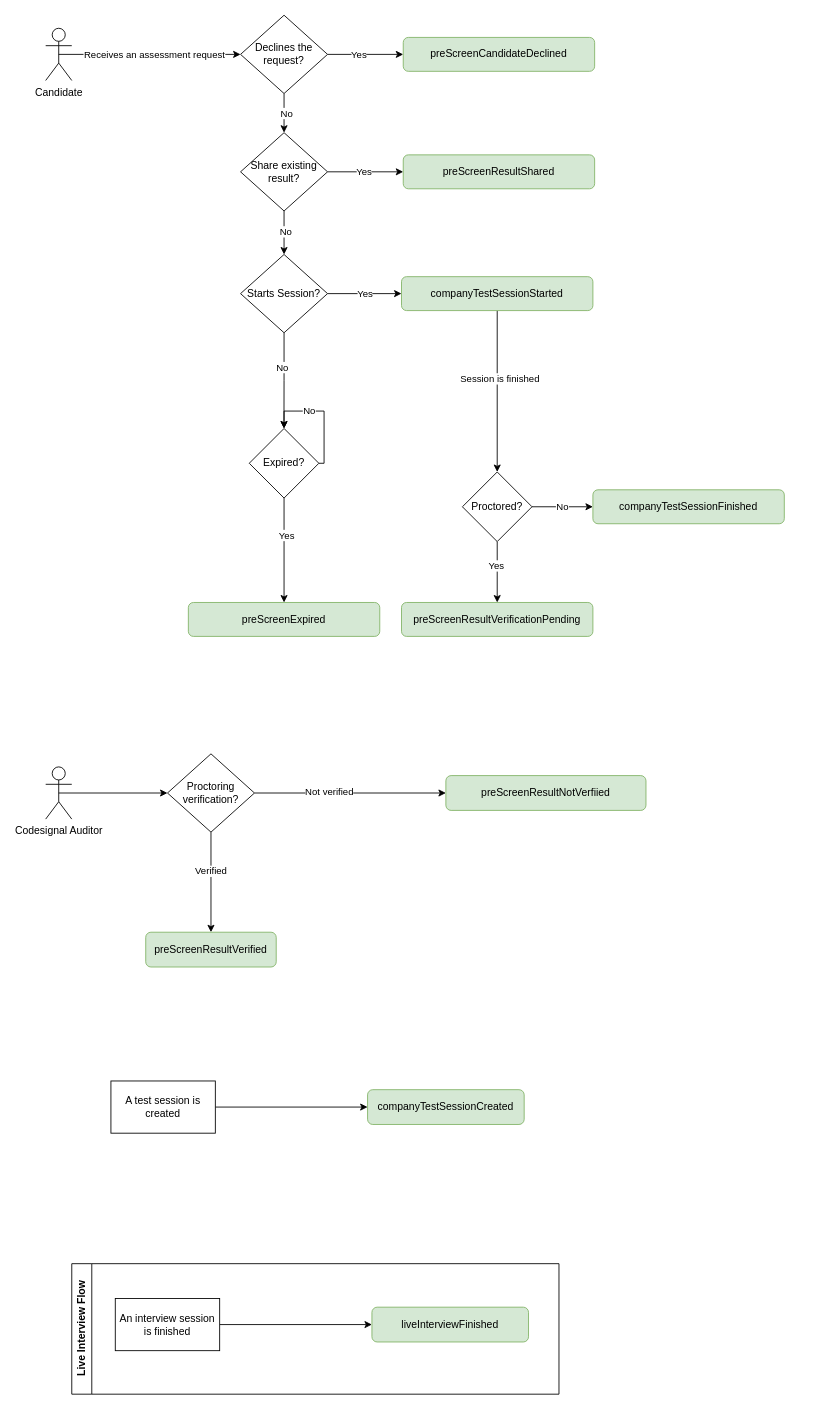
Before: docs/diagrams/webhooks-flow.drawio in CodeSignal/developer-docs, a draw.io diagram. Source tidied: cells renumbered, new cells numbered last; positions are measured from the earlier drawing's top-left corner, leaving out a move shared by most shapes. Both pictures are drawn from the tidied source at 87%, with x=0, y=0 at pixel (45, 15).
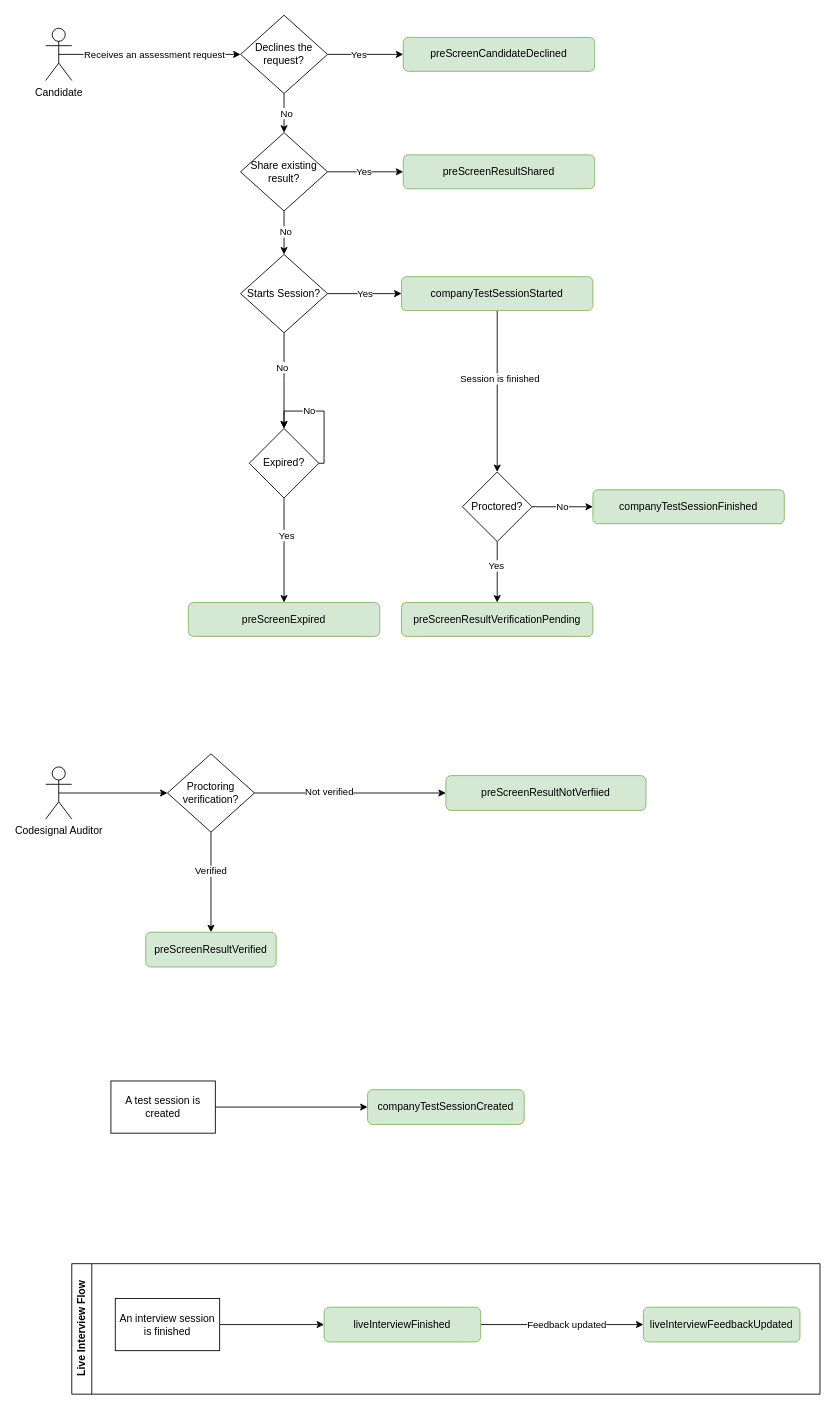
The same page after the edit.

The edit, as a diff of the source:
```diff
@@
     <mxCell id="47" value="Live Interview Flow" style="swimlane;horizontal=0;whiteSpace=wrap;html=1;" parent="1" vertex="1">
-      <mxGeometry x="30" y="1435" width="560" height="150" as="geometry" />
+      <mxGeometry x="30" y="1435" width="860" height="150" as="geometry" />
     </mxCell>
@@
+    <mxCell id="51" style="edgeStyle=orthogonalEdgeStyle;rounded=0;jettySize=auto;html=1;exitX=1;exitY=0.5;exitDx=0;exitDy=0;entryX=0;entryY=0.5;entryDx=0;entryDy=0;" parent="47" edge="1" source="49" target="53">
+      <mxGeometry relative="1" as="geometry" />
+    </mxCell>
+    <mxCell id="52" value="Feedback updated" style="edgeLabel;html=1;align=center;verticalAlign=middle;" parent="51" vertex="1">
+      <mxGeometry x="0.05" relative="1" as="geometry" />
+    </mxCell>
     <mxCell id="49" value="liveInterviewFinished" style="rounded=1;whiteSpace=wrap;html=1;fillColor=#d5e8d4;strokeColor=#82b366;" parent="47" vertex="1">
-      <mxGeometry x="345" y="50" width="180" height="40" as="geometry" />
+      <mxGeometry x="290" y="50" width="180" height="40" as="geometry" />
     </mxCell>
@@
+    <mxCell id="53" value="liveInterviewFeedbackUpdated" style="rounded=1;whiteSpace=wrap;html=1;fillColor=#d5e8d4;strokeColor=#82b366;" parent="47" vertex="1">
+      <mxGeometry x="657" y="50" width="180" height="40" as="geometry" />
+    </mxCell>
```
